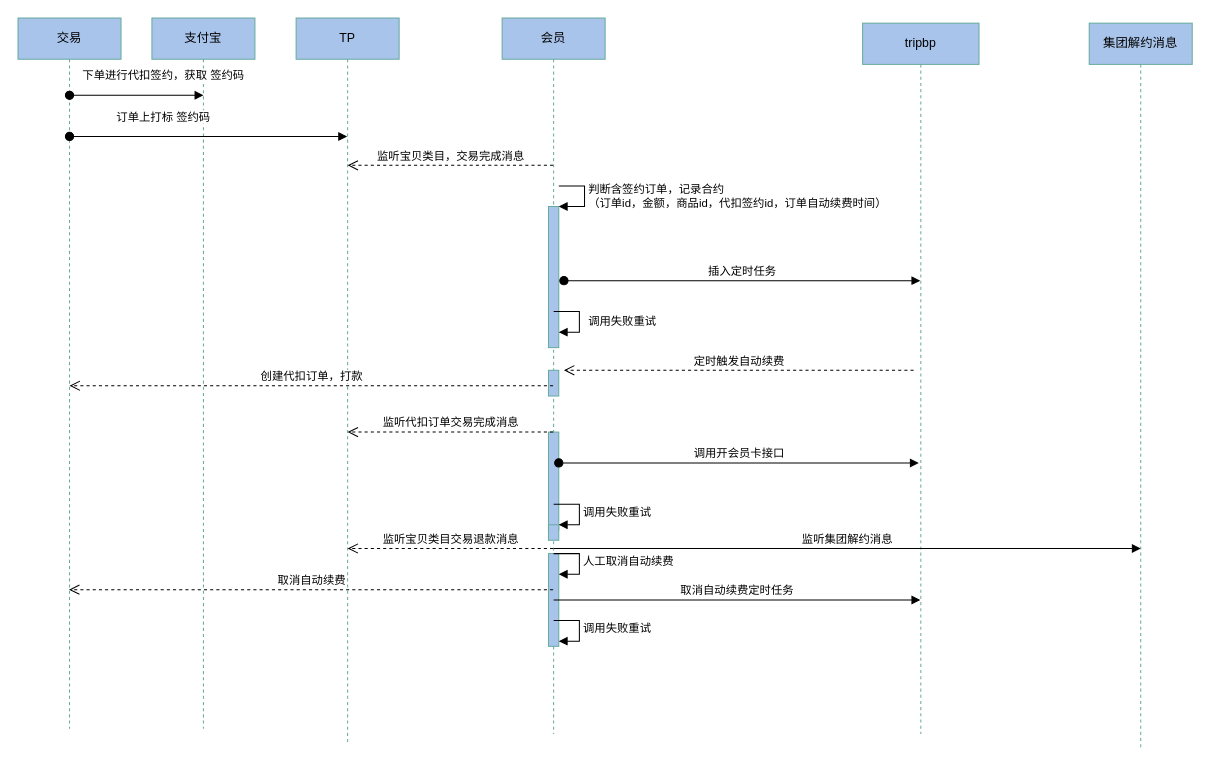
Earlier version of the draw.io diagram page "连续包年" (5 of 5) of 付费权益.drawio (renqiuming/drawio). Source tidied: cells renumbered, new cells numbered last; positions are measured from the earlier drawing's top-left corner, leaving out a move shared by most shapes. Both pictures are drawn from the tidied source at 103%, with x=0, y=0 at pixel (18, 18).
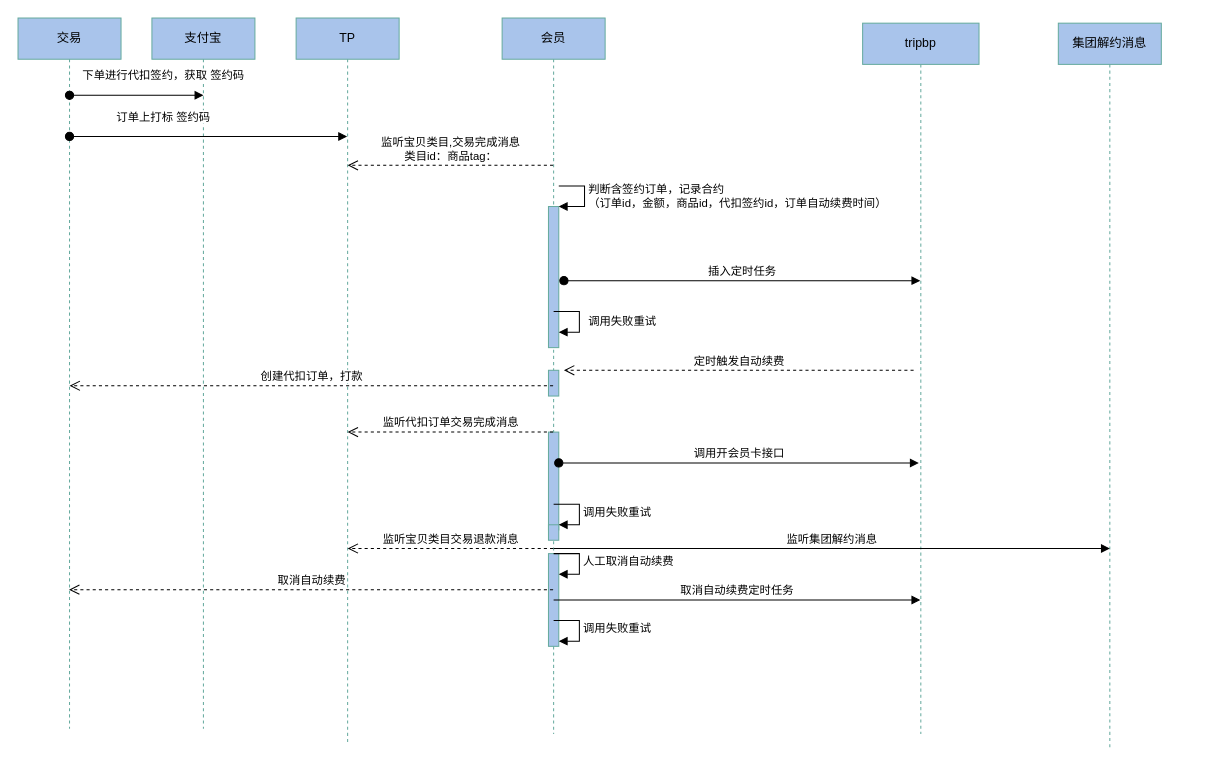
After the change.

Commit message:
更新付费权益.drawio

Unchanged cells that the change refers to:
```xml
<mxCell id="13" value="TP" style="shape=umlLifeline;perimeter=lifelinePerimeter;whiteSpace=wrap;html=1;strokeColor=#67AB9F;fillColor=#A9C4EB;" parent="1" vertex="1">
  <mxGeometry x="270" width="100" height="705" as="geometry" />
</mxCell>
```

Change to the diagram source:
```diff
@@
-    <mxCell id="14" value="监听宝贝类目，交易完成消息" style="html=1;verticalAlign=bottom;endArrow=open;dashed=1;endSize=8;" parent="13" edge="1">
+    <mxCell id="14" value="监听宝贝类目,交易完成消息&lt;br&gt;类目id：商品tag：" style="html=1;verticalAlign=bottom;endArrow=open;dashed=1;endSize=8;" parent="13" edge="1">
       <mxGeometry relative="1" as="geometry">
         <mxPoint x="249.5" y="143" as="sourcePoint" />
         <mxPoint x="50" y="143" as="targetPoint" />
       </mxGeometry>
     </mxCell>
@@
     <mxCell id="28" value="集团解约消息" style="shape=umlLifeline;perimeter=lifelinePerimeter;whiteSpace=wrap;html=1;strokeColor=#67AB9F;fillColor=#A9C4EB;" parent="1" vertex="1">
-      <mxGeometry x="1040" y="5" width="100" height="705" as="geometry" />
+      <mxGeometry x="1010" y="5" width="100" height="705" as="geometry" />
     </mxCell>
     <mxCell id="29" value="监听集团解约消息" style="html=1;verticalAlign=bottom;endArrow=block;" parent="1" edge="1">
       <mxGeometry relative="1" as="geometry">
         <mxPoint x="520" y="515" as="sourcePoint" />
-        <mxPoint x="1090" y="515" as="targetPoint" />
+        <mxPoint x="1060" y="515" as="targetPoint" />
       </mxGeometry>
     </mxCell>
```
